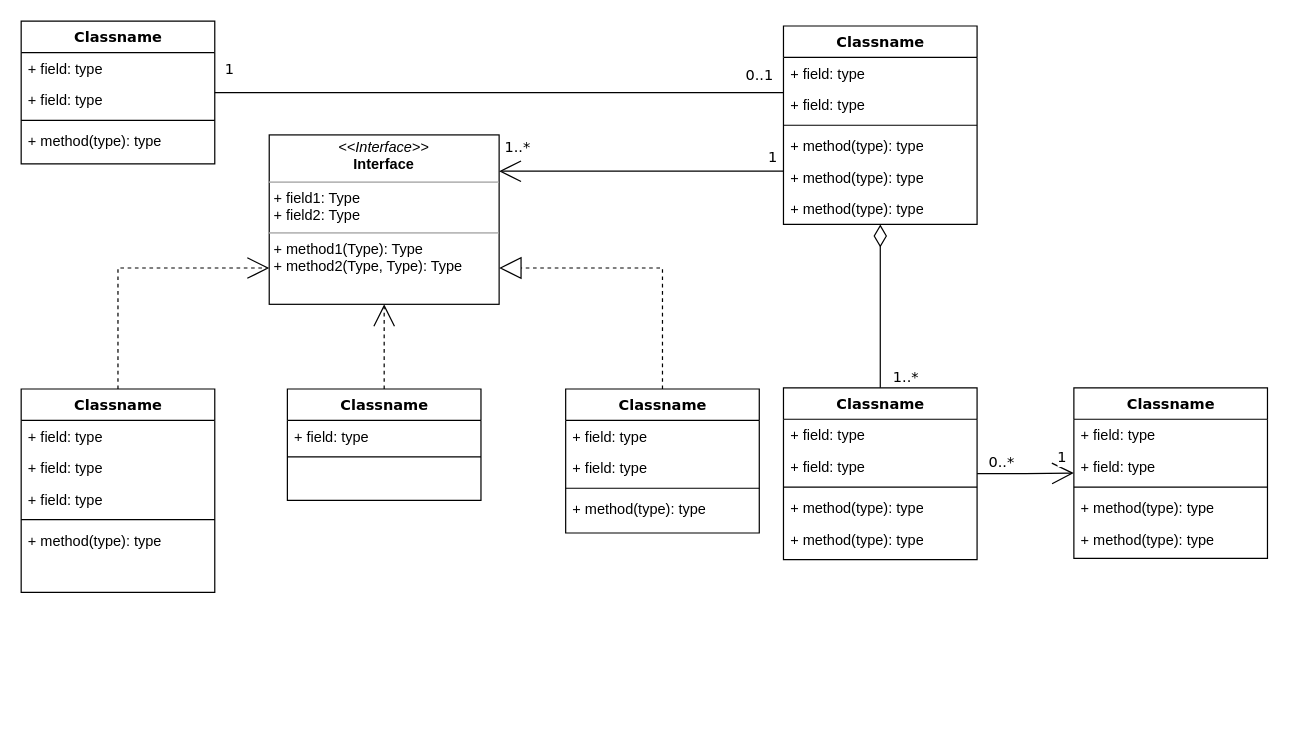
Before: docs/appLogic.drawio in bryanaufgit/GardenGuru, a draw.io diagram. Source tidied: cells renumbered, new cells numbered last; positions are measured from the earlier drawing's top-left corner, leaving out a move shared by most shapes. Both pictures are drawn from the tidied source at 121%, with x=0, y=0 at pixel (21, 21).
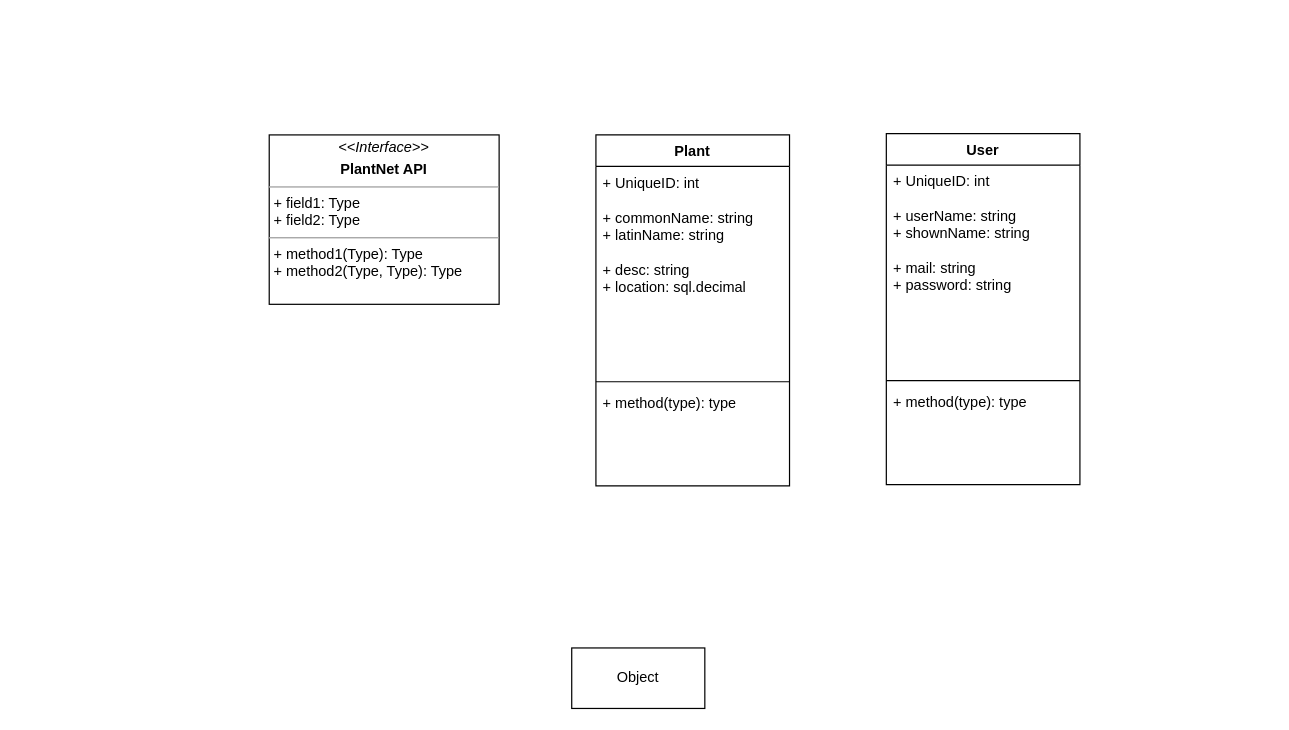
Above is the later version.

The edit, as a diff of the source:
```diff
@@
-    <mxCell id="2" style="edgeStyle=orthogonalEdgeStyle;rounded=0;html=1;dashed=1;labelBackgroundColor=none;startArrow=none;startFill=0;startSize=8;endArrow=open;endFill=0;endSize=16;fontFamily=Verdana;fontSize=12;" parent="1" edge="1" source="3" target="54">
-      <mxGeometry relative="1" as="geometry">
-        <Array as="points">
-          <mxPoint x="80" y="204" />
-        </Array>
-      </mxGeometry>
-    </mxCell>
-    <mxCell id="3" value="Classname" style="swimlane;html=1;fontStyle=1;align=center;verticalAlign=top;horizontal=1;startSize=26;swimlaneFillColor=#ffffff;rounded=0;shadow=0;comic=0;labelBackgroundColor=none;strokeWidth=1;fillColor=none;fontFamily=Verdana;fontSize=12;" parent="1" vertex="1">
-      <mxGeometry y="304" width="160" height="168" as="geometry" />
-    </mxCell>
-    <mxCell id="4" value="+ field: type" style="text;html=1;strokeColor=none;fillColor=none;align=left;verticalAlign=top;spacingLeft=4;spacingRight=4;whiteSpace=wrap;overflow=hidden;" parent="3" vertex="1">
-      <mxGeometry y="26" width="160" height="26" as="geometry" />
-    </mxCell>
-    <mxCell id="5" value="+ field: type" style="text;html=1;strokeColor=none;fillColor=none;align=left;verticalAlign=top;spacingLeft=4;spacingRight=4;whiteSpace=wrap;overflow=hidden;" parent="3" vertex="1">
-      <mxGeometry y="52" width="160" height="26" as="geometry" />
-    </mxCell>
-    <mxCell id="6" value="+ field: type" style="text;html=1;strokeColor=none;fillColor=none;align=left;verticalAlign=top;spacingLeft=4;spacingRight=4;whiteSpace=wrap;overflow=hidden;" parent="3" vertex="1">
-      <mxGeometry y="78" width="160" height="26" as="geometry" />
-    </mxCell>
-    <mxCell id="7" style="line;html=1;strokeWidth=1;fillColor=none;align=left;verticalAlign=middle;spacingTop=-1;spacingLeft=3;spacingRight=3;labelPosition=right;" parent="3" vertex="1">
-      <mxGeometry y="104" width="160" height="8" as="geometry" />
-    </mxCell>
-    <mxCell id="8" value="+ method(type): type" style="text;html=1;strokeColor=none;fillColor=none;align=left;verticalAlign=top;spacingLeft=4;spacingRight=4;whiteSpace=wrap;overflow=hidden;" parent="3" vertex="1">
-      <mxGeometry y="112" width="160" height="26" as="geometry" />
-    </mxCell>
-    <mxCell id="9" value="Classname" style="swimlane;html=1;fontStyle=1;align=center;verticalAlign=top;horizontal=1;startSize=26;swimlaneFillColor=#ffffff;rounded=0;shadow=0;comic=0;labelBackgroundColor=none;strokeWidth=1;fillColor=none;fontFamily=Verdana;fontSize=12;" parent="1" vertex="1">
-      <mxGeometry width="160" height="118" as="geometry" />
-    </mxCell>
-    <mxCell id="10" value="+ field: type" style="text;html=1;strokeColor=none;fillColor=none;align=left;verticalAlign=top;spacingLeft=4;spacingRight=4;whiteSpace=wrap;overflow=hidden;" parent="9" vertex="1">
-      <mxGeometry y="26" width="160" height="26" as="geometry" />
-    </mxCell>
-    <mxCell id="11" value="+ field: type" style="text;html=1;strokeColor=none;fillColor=none;align=left;verticalAlign=top;spacingLeft=4;spacingRight=4;whiteSpace=wrap;overflow=hidden;" parent="9" vertex="1">
-      <mxGeometry y="52" width="160" height="26" as="geometry" />
-    </mxCell>
-    <mxCell id="12" style="line;html=1;strokeWidth=1;fillColor=none;align=left;verticalAlign=middle;spacingTop=-1;spacingLeft=3;spacingRight=3;labelPosition=right;" parent="9" vertex="1">
-      <mxGeometry y="78" width="160" height="8" as="geometry" />
-    </mxCell>
-    <mxCell id="13" value="+ method(type): type" style="text;html=1;strokeColor=none;fillColor=none;align=left;verticalAlign=top;spacingLeft=4;spacingRight=4;whiteSpace=wrap;overflow=hidden;" parent="9" vertex="1">
-      <mxGeometry y="86" width="160" height="26" as="geometry" />
-    </mxCell>
-    <mxCell id="14" style="edgeStyle=orthogonalEdgeStyle;rounded=0;html=1;labelBackgroundColor=none;startArrow=none;startFill=0;startSize=8;endArrow=open;endFill=0;endSize=16;fontFamily=Verdana;fontSize=12;" parent="1" edge="1" source="20" target="54">
-      <mxGeometry relative="1" as="geometry">
-        <Array as="points">
-          <mxPoint x="470" y="124" />
-          <mxPoint x="470" y="124" />
-        </Array>
-      </mxGeometry>
-    </mxCell>
-    <mxCell id="15" value="1..*" style="text;html=1;align=center;verticalAlign=middle;labelBackgroundColor=#ffffff;fontSize=12;fontFamily=Verdana;" parent="14" vertex="1">
-      <mxGeometry x="0.86" y="2" relative="1" as="geometry">
-        <mxPoint x="-2" y="-22" as="offset" />
-      </mxGeometry>
-    </mxCell>
-    <mxCell id="16" value="1" style="text;html=1;align=center;verticalAlign=middle;labelBackgroundColor=#ffffff;fontSize=12;fontFamily=Verdana;" parent="14" vertex="1">
-      <mxGeometry x="0.36" y="152" relative="1" as="geometry">
-        <mxPoint x="150" y="-164" as="offset" />
-      </mxGeometry>
-    </mxCell>
-    <mxCell id="17" style="edgeStyle=orthogonalEdgeStyle;rounded=0;html=1;labelBackgroundColor=none;startArrow=none;startFill=0;startSize=8;endArrow=none;endFill=0;endSize=16;fontFamily=Verdana;fontSize=12;" parent="1" edge="1" source="20" target="9">
-      <mxGeometry relative="1" as="geometry">
-        <Array as="points">
-          <mxPoint x="530" y="59" />
-          <mxPoint x="530" y="59" />
-        </Array>
-      </mxGeometry>
-    </mxCell>
-    <mxCell id="18" value="0..1" style="text;html=1;align=center;verticalAlign=middle;labelBackgroundColor=#ffffff;fontSize=12;fontFamily=Verdana;" parent="17" vertex="1">
-      <mxGeometry x="-0.57" y="-86" relative="1" as="geometry">
-        <mxPoint x="80" y="71" as="offset" />
-      </mxGeometry>
-    </mxCell>
-    <mxCell id="19" value="1" style="text;html=1;align=center;verticalAlign=middle;labelBackgroundColor=#ffffff;fontSize=12;fontFamily=Verdana;" parent="17" vertex="1">
-      <mxGeometry x="0.89" y="-1" relative="1" as="geometry">
-        <mxPoint x="-15" y="-19" as="offset" />
-      </mxGeometry>
-    </mxCell>
-    <mxCell id="20" value="Classname" style="swimlane;html=1;fontStyle=1;align=center;verticalAlign=top;horizontal=1;startSize=26;swimlaneFillColor=#ffffff;rounded=0;shadow=0;comic=0;labelBackgroundColor=none;strokeWidth=1;fillColor=none;fontFamily=Verdana;fontSize=12;" parent="1" vertex="1">
-      <mxGeometry x="630" y="4" width="160" height="164" as="geometry" />
-    </mxCell>
-    <mxCell id="21" value="+ field: type" style="text;html=1;strokeColor=none;fillColor=none;align=left;verticalAlign=top;spacingLeft=4;spacingRight=4;whiteSpace=wrap;overflow=hidden;" parent="20" vertex="1">
-      <mxGeometry y="26" width="160" height="26" as="geometry" />
-    </mxCell>
-    <mxCell id="22" value="+ field: type" style="text;html=1;strokeColor=none;fillColor=none;align=left;verticalAlign=top;spacingLeft=4;spacingRight=4;whiteSpace=wrap;overflow=hidden;" parent="20" vertex="1">
-      <mxGeometry y="52" width="160" height="26" as="geometry" />
-    </mxCell>
-    <mxCell id="23" style="line;html=1;strokeWidth=1;fillColor=none;align=left;verticalAlign=middle;spacingTop=-1;spacingLeft=3;spacingRight=3;labelPosition=right;" parent="20" vertex="1">
-      <mxGeometry y="78" width="160" height="8" as="geometry" />
-    </mxCell>
-    <mxCell id="24" value="+ method(type): type" style="text;html=1;strokeColor=none;fillColor=none;align=left;verticalAlign=top;spacingLeft=4;spacingRight=4;whiteSpace=wrap;overflow=hidden;" parent="20" vertex="1">
-      <mxGeometry y="86" width="160" height="26" as="geometry" />
-    </mxCell>
-    <mxCell id="25" value="+ method(type): type" style="text;html=1;strokeColor=none;fillColor=none;align=left;verticalAlign=top;spacingLeft=4;spacingRight=4;whiteSpace=wrap;overflow=hidden;" parent="20" vertex="1">
-      <mxGeometry y="112" width="160" height="26" as="geometry" />
-    </mxCell>
-    <mxCell id="26" value="+ method(type): type" style="text;html=1;strokeColor=none;fillColor=none;align=left;verticalAlign=top;spacingLeft=4;spacingRight=4;whiteSpace=wrap;overflow=hidden;" parent="20" vertex="1">
-      <mxGeometry y="138" width="160" height="26" as="geometry" />
-    </mxCell>
-    <mxCell id="27" style="edgeStyle=orthogonalEdgeStyle;rounded=0;html=1;dashed=1;labelBackgroundColor=none;startArrow=none;startFill=0;startSize=8;endArrow=open;endFill=0;endSize=16;fontFamily=Verdana;fontSize=12;" parent="1" edge="1" source="28" target="54">
-      <mxGeometry relative="1" as="geometry" />
-    </mxCell>
-    <mxCell id="28" value="Classname" style="swimlane;html=1;fontStyle=1;align=center;verticalAlign=top;horizontal=1;startSize=26;swimlaneFillColor=#ffffff;rounded=0;shadow=0;comic=0;labelBackgroundColor=none;strokeWidth=1;fillColor=none;fontFamily=Verdana;fontSize=12;" parent="1" vertex="1">
-      <mxGeometry x="220" y="304" width="160" height="92" as="geometry" />
-    </mxCell>
-    <mxCell id="29" value="+ field: type" style="text;html=1;strokeColor=none;fillColor=none;align=left;verticalAlign=top;spacingLeft=4;spacingRight=4;whiteSpace=wrap;overflow=hidden;" parent="28" vertex="1">
-      <mxGeometry y="26" width="160" height="26" as="geometry" />
-    </mxCell>
-    <mxCell id="30" style="line;html=1;strokeWidth=1;fillColor=none;align=left;verticalAlign=middle;spacingTop=-1;spacingLeft=3;spacingRight=3;labelPosition=right;" parent="28" vertex="1">
-      <mxGeometry y="52" width="160" height="8" as="geometry" />
-    </mxCell>
-    <mxCell id="31" style="edgeStyle=orthogonalEdgeStyle;rounded=0;html=1;labelBackgroundColor=none;startArrow=none;startFill=0;startSize=8;endArrow=diamondThin;endFill=0;endSize=16;fontFamily=Verdana;fontSize=12;" parent="1" edge="1" source="36" target="20">
-      <mxGeometry relative="1" as="geometry" />
-    </mxCell>
-    <mxCell id="32" value="1..*" style="text;html=1;align=center;verticalAlign=middle;labelBackgroundColor=#ffffff;fontSize=12;fontFamily=Verdana;" parent="31" vertex="1">
-      <mxGeometry x="-0.85" y="-1" relative="1" as="geometry">
-        <mxPoint x="19" y="1" as="offset" />
-      </mxGeometry>
-    </mxCell>
-    <mxCell id="33" style="edgeStyle=orthogonalEdgeStyle;rounded=0;html=1;labelBackgroundColor=none;startArrow=none;startFill=0;startSize=8;endArrow=open;endFill=0;endSize=16;fontFamily=Verdana;fontSize=12;" parent="1" edge="1" source="36" target="42">
-      <mxGeometry relative="1" as="geometry" />
-    </mxCell>
-    <mxCell id="34" value="0..*" style="text;html=1;align=center;verticalAlign=middle;labelBackgroundColor=#ffffff;fontSize=12;fontFamily=Verdana;" parent="33" vertex="1">
-      <mxGeometry x="-0.79" relative="1" as="geometry">
-        <mxPoint x="11" y="-10" as="offset" />
-      </mxGeometry>
-    </mxCell>
-    <mxCell id="35" value="1" style="text;html=1;align=center;verticalAlign=middle;labelBackgroundColor=#ffffff;fontSize=12;fontFamily=Verdana;" parent="33" vertex="1">
-      <mxGeometry x="0.7" y="1" relative="1" as="geometry">
-        <mxPoint x="2" y="-12" as="offset" />
-      </mxGeometry>
-    </mxCell>
-    <mxCell id="36" value="Classname" style="swimlane;html=1;fontStyle=1;align=center;verticalAlign=top;horizontal=1;startSize=26;swimlaneFillColor=#ffffff;rounded=0;shadow=0;comic=0;labelBackgroundColor=none;strokeWidth=1;fillColor=none;fontFamily=Verdana;fontSize=12;" parent="1" vertex="1">
-      <mxGeometry x="630" y="303" width="160" height="142" as="geometry" />
-    </mxCell>
-    <mxCell id="37" value="+ field: type" style="text;html=1;strokeColor=none;fillColor=none;align=left;verticalAlign=top;spacingLeft=4;spacingRight=4;whiteSpace=wrap;overflow=hidden;" parent="36" vertex="1">
-      <mxGeometry y="26" width="160" height="26" as="geometry" />
-    </mxCell>
-    <mxCell id="38" value="+ field: type" style="text;html=1;strokeColor=none;fillColor=none;align=left;verticalAlign=top;spacingLeft=4;spacingRight=4;whiteSpace=wrap;overflow=hidden;" parent="36" vertex="1">
-      <mxGeometry y="52" width="160" height="26" as="geometry" />
-    </mxCell>
-    <mxCell id="39" style="line;html=1;strokeWidth=1;fillColor=none;align=left;verticalAlign=middle;spacingTop=-1;spacingLeft=3;spacingRight=3;labelPosition=right;" parent="36" vertex="1">
-      <mxGeometry y="78" width="160" height="8" as="geometry" />
-    </mxCell>
-    <mxCell id="40" value="+ method(type): type" style="text;html=1;strokeColor=none;fillColor=none;align=left;verticalAlign=top;spacingLeft=4;spacingRight=4;whiteSpace=wrap;overflow=hidden;" parent="36" vertex="1">
-      <mxGeometry y="86" width="160" height="26" as="geometry" />
-    </mxCell>
-    <mxCell id="41" value="+ method(type): type" style="text;html=1;strokeColor=none;fillColor=none;align=left;verticalAlign=top;spacingLeft=4;spacingRight=4;whiteSpace=wrap;overflow=hidden;" parent="36" vertex="1">
-      <mxGeometry y="112" width="160" height="26" as="geometry" />
-    </mxCell>
-    <mxCell id="42" value="Classname" style="swimlane;html=1;fontStyle=1;align=center;verticalAlign=top;horizontal=1;startSize=26;swimlaneFillColor=#ffffff;rounded=0;shadow=0;comic=0;labelBackgroundColor=none;strokeWidth=1;fillColor=none;fontFamily=Verdana;fontSize=12;" parent="1" vertex="1">
-      <mxGeometry x="870" y="303" width="160" height="141" as="geometry" />
-    </mxCell>
-    <mxCell id="43" value="+ field: type" style="text;html=1;strokeColor=none;fillColor=none;align=left;verticalAlign=top;spacingLeft=4;spacingRight=4;whiteSpace=wrap;overflow=hidden;" parent="42" vertex="1">
-      <mxGeometry y="26" width="160" height="26" as="geometry" />
-    </mxCell>
-    <mxCell id="44" value="+ field: type" style="text;html=1;strokeColor=none;fillColor=none;align=left;verticalAlign=top;spacingLeft=4;spacingRight=4;whiteSpace=wrap;overflow=hidden;" parent="42" vertex="1">
-      <mxGeometry y="52" width="160" height="26" as="geometry" />
-    </mxCell>
-    <mxCell id="45" style="line;html=1;strokeWidth=1;fillColor=none;align=left;verticalAlign=middle;spacingTop=-1;spacingLeft=3;spacingRight=3;labelPosition=right;" parent="42" vertex="1">
-      <mxGeometry y="78" width="160" height="8" as="geometry" />
-    </mxCell>
-    <mxCell id="46" value="+ method(type): type" style="text;html=1;strokeColor=none;fillColor=none;align=left;verticalAlign=top;spacingLeft=4;spacingRight=4;whiteSpace=wrap;overflow=hidden;" parent="42" vertex="1">
-      <mxGeometry y="86" width="160" height="26" as="geometry" />
-    </mxCell>
-    <mxCell id="47" value="+ method(type): type" style="text;html=1;strokeColor=none;fillColor=none;align=left;verticalAlign=top;spacingLeft=4;spacingRight=4;whiteSpace=wrap;overflow=hidden;" parent="42" vertex="1">
-      <mxGeometry y="112" width="160" height="26" as="geometry" />
-    </mxCell>
-    <mxCell id="48" style="edgeStyle=orthogonalEdgeStyle;rounded=0;html=1;dashed=1;labelBackgroundColor=none;startArrow=none;startFill=0;startSize=8;endArrow=block;endFill=0;endSize=16;fontFamily=Verdana;fontSize=12;" parent="1" edge="1" source="49" target="54">
-      <mxGeometry relative="1" as="geometry">
-        <Array as="points">
-          <mxPoint x="530" y="204" />
-        </Array>
-      </mxGeometry>
-    </mxCell>
-    <mxCell id="49" value="Classname" style="swimlane;html=1;fontStyle=1;align=center;verticalAlign=top;horizontal=1;startSize=26;swimlaneFillColor=#ffffff;rounded=0;shadow=0;comic=0;labelBackgroundColor=none;strokeWidth=1;fillColor=none;fontFamily=Verdana;fontSize=12;" parent="1" vertex="1">
-      <mxGeometry x="450" y="304" width="160" height="119" as="geometry" />
-    </mxCell>
-    <mxCell id="50" value="+ field: type" style="text;html=1;strokeColor=none;fillColor=none;align=left;verticalAlign=top;spacingLeft=4;spacingRight=4;whiteSpace=wrap;overflow=hidden;" parent="49" vertex="1">
-      <mxGeometry y="26" width="160" height="26" as="geometry" />
-    </mxCell>
-    <mxCell id="51" value="+ field: type" style="text;html=1;strokeColor=none;fillColor=none;align=left;verticalAlign=top;spacingLeft=4;spacingRight=4;whiteSpace=wrap;overflow=hidden;" parent="49" vertex="1">
-      <mxGeometry y="52" width="160" height="26" as="geometry" />
-    </mxCell>
-    <mxCell id="52" style="line;html=1;strokeWidth=1;fillColor=none;align=left;verticalAlign=middle;spacingTop=-1;spacingLeft=3;spacingRight=3;labelPosition=right;" parent="49" vertex="1">
-      <mxGeometry y="78" width="160" height="8" as="geometry" />
-    </mxCell>
-    <mxCell id="53" value="+ method(type): type" style="text;html=1;strokeColor=none;fillColor=none;align=left;verticalAlign=top;spacingLeft=4;spacingRight=4;whiteSpace=wrap;overflow=hidden;" parent="49" vertex="1">
-      <mxGeometry y="86" width="160" height="26" as="geometry" />
-    </mxCell>
-    <mxCell id="54" value="&lt;p style=&quot;margin:0px;margin-top:4px;text-align:center;&quot;&gt;&lt;i&gt;&amp;lt;&amp;lt;Interface&amp;gt;&amp;gt;&lt;/i&gt;&lt;br/&gt;&lt;b&gt;Interface&lt;/b&gt;&lt;/p&gt;&lt;hr size=&quot;1&quot;/&gt;&lt;p style=&quot;margin:0px;margin-left:4px;&quot;&gt;+ field1: Type&lt;br/&gt;+ field2: Type&lt;/p&gt;&lt;hr size=&quot;1&quot;/&gt;&lt;p style=&quot;margin:0px;margin-left:4px;&quot;&gt;+ method1(Type): Type&lt;br/&gt;+ method2(Type, Type): Type&lt;/p&gt;" style="verticalAlign=top;align=left;overflow=fill;fontSize=12;fontFamily=Helvetica;html=1;rounded=0;shadow=0;comic=0;labelBackgroundColor=none;strokeWidth=1;" parent="1" vertex="1">
+    <mxCell id="54" value="&lt;p style=&quot;margin:0px;margin-top:4px;text-align:center;&quot;&gt;&lt;i&gt;&amp;lt;&amp;lt;Interface&amp;gt;&amp;gt;&lt;/i&gt;&lt;/p&gt;&lt;p style=&quot;margin:0px;margin-top:4px;text-align:center;&quot;&gt;&lt;b&gt;PlantNet API&lt;/b&gt;&lt;br&gt;&lt;/p&gt;&lt;hr size=&quot;1&quot;&gt;&lt;p style=&quot;margin:0px;margin-left:4px;&quot;&gt;+ field1: Type&lt;br&gt;+ field2: Type&lt;/p&gt;&lt;hr size=&quot;1&quot;&gt;&lt;p style=&quot;margin:0px;margin-left:4px;&quot;&gt;+ method1(Type): Type&lt;br&gt;+ method2(Type, Type): Type&lt;/p&gt;" style="verticalAlign=top;align=left;overflow=fill;fontSize=12;fontFamily=Helvetica;html=1;rounded=0;shadow=0;comic=0;labelBackgroundColor=none;strokeWidth=1;" parent="1" vertex="1">
       <mxGeometry x="205" y="94" width="190" height="140" as="geometry" />
     </mxCell>
+    <mxCell id="55" value="Plant" style="swimlane;fontStyle=1;align=center;verticalAlign=top;horizontal=1;startSize=26;whiteSpace=wrap;html=1;" parent="1" vertex="1">
+      <mxGeometry x="475" y="94" width="160" height="290" as="geometry" />
+    </mxCell>
+    <mxCell id="56" value="&lt;div&gt;+ UniqueID: int&lt;/div&gt;&lt;div&gt;&lt;br&gt;&lt;/div&gt;&lt;div&gt;+ commonName: string&lt;/div&gt;&lt;div&gt;+ latinName: string&lt;/div&gt;&lt;div&gt;&lt;br&gt;&lt;/div&gt;&lt;div&gt;+ desc: string&lt;/div&gt;&lt;div&gt;+ location: sql.decimal&lt;br&gt;&lt;/div&gt;" style="text;strokeColor=none;fillColor=none;align=left;verticalAlign=top;spacingLeft=4;spacingRight=4;overflow=hidden;whiteSpace=wrap;html=1;" parent="55" vertex="1">
+      <mxGeometry y="26" width="160" height="174" as="geometry" />
+    </mxCell>
+    <mxCell id="57" style="line;strokeWidth=1;fillColor=none;align=left;verticalAlign=middle;spacingTop=-1;spacingLeft=3;spacingRight=3;labelPosition=right;strokeColor=inherit;" parent="55" vertex="1">
+      <mxGeometry y="200" width="160" height="8" as="geometry" />
+    </mxCell>
+    <mxCell id="58" value="+ method(type): type" style="text;strokeColor=none;fillColor=none;align=left;verticalAlign=top;spacingLeft=4;spacingRight=4;overflow=hidden;whiteSpace=wrap;html=1;" parent="55" vertex="1">
+      <mxGeometry y="208" width="160" height="82" as="geometry" />
+    </mxCell>
+    <mxCell id="59" value="User" style="swimlane;fontStyle=1;align=center;verticalAlign=top;horizontal=1;startSize=26;whiteSpace=wrap;html=1;" parent="1" vertex="1">
+      <mxGeometry x="715" y="93" width="160" height="290" as="geometry" />
+    </mxCell>
+    <mxCell id="60" value="&lt;div&gt;+ UniqueID: int&lt;/div&gt;&lt;div&gt;&lt;br&gt;&lt;/div&gt;&lt;div&gt;+ userName: string&lt;/div&gt;&lt;div&gt;+ shownName: string&lt;/div&gt;&lt;div&gt;&lt;br&gt;&lt;/div&gt;&lt;div&gt;+ mail: string&lt;/div&gt;&lt;div&gt;+ password: string&lt;br&gt;&lt;/div&gt;" style="text;strokeColor=none;fillColor=none;align=left;verticalAlign=top;spacingLeft=4;spacingRight=4;overflow=hidden;whiteSpace=wrap;html=1;" parent="59" vertex="1">
+      <mxGeometry y="26" width="160" height="174" as="geometry" />
+    </mxCell>
+    <mxCell id="61" style="line;strokeWidth=1;fillColor=none;align=left;verticalAlign=middle;spacingTop=-1;spacingLeft=3;spacingRight=3;labelPosition=right;strokeColor=inherit;" parent="59" vertex="1">
+      <mxGeometry y="200" width="160" height="8" as="geometry" />
+    </mxCell>
+    <mxCell id="62" value="+ method(type): type" style="text;strokeColor=none;fillColor=none;align=left;verticalAlign=top;spacingLeft=4;spacingRight=4;overflow=hidden;whiteSpace=wrap;html=1;" parent="59" vertex="1">
+      <mxGeometry y="208" width="160" height="82" as="geometry" />
+    </mxCell>
+    <mxCell id="63" value="Object" style="html=1;whiteSpace=wrap;" parent="1" vertex="1">
+      <mxGeometry x="455" y="518" width="110" height="50" as="geometry" />
+    </mxCell>
```
